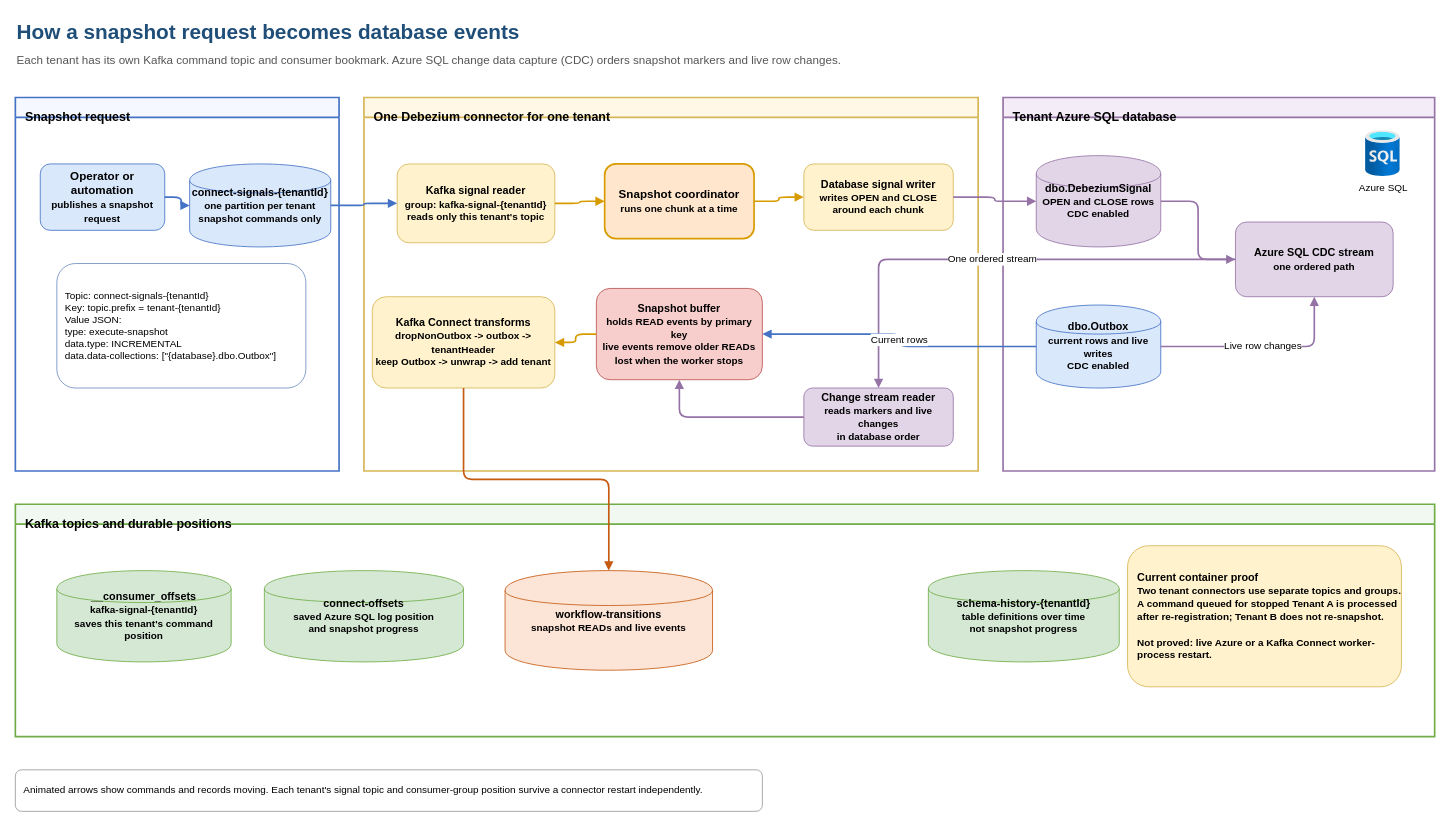
Earlier version of the draw.io diagram docs/diagrams/incremental-snapshot-channels.drawio (collaborationwithothers/cdc-platform-azure). Source tidied: cells renumbered, new cells numbered last; positions are measured from the earlier drawing's top-left corner, leaving out a move shared by most shapes. Both pictures are drawn from the tidied source at 83%, with x=0, y=0 at pixel (15, 14).
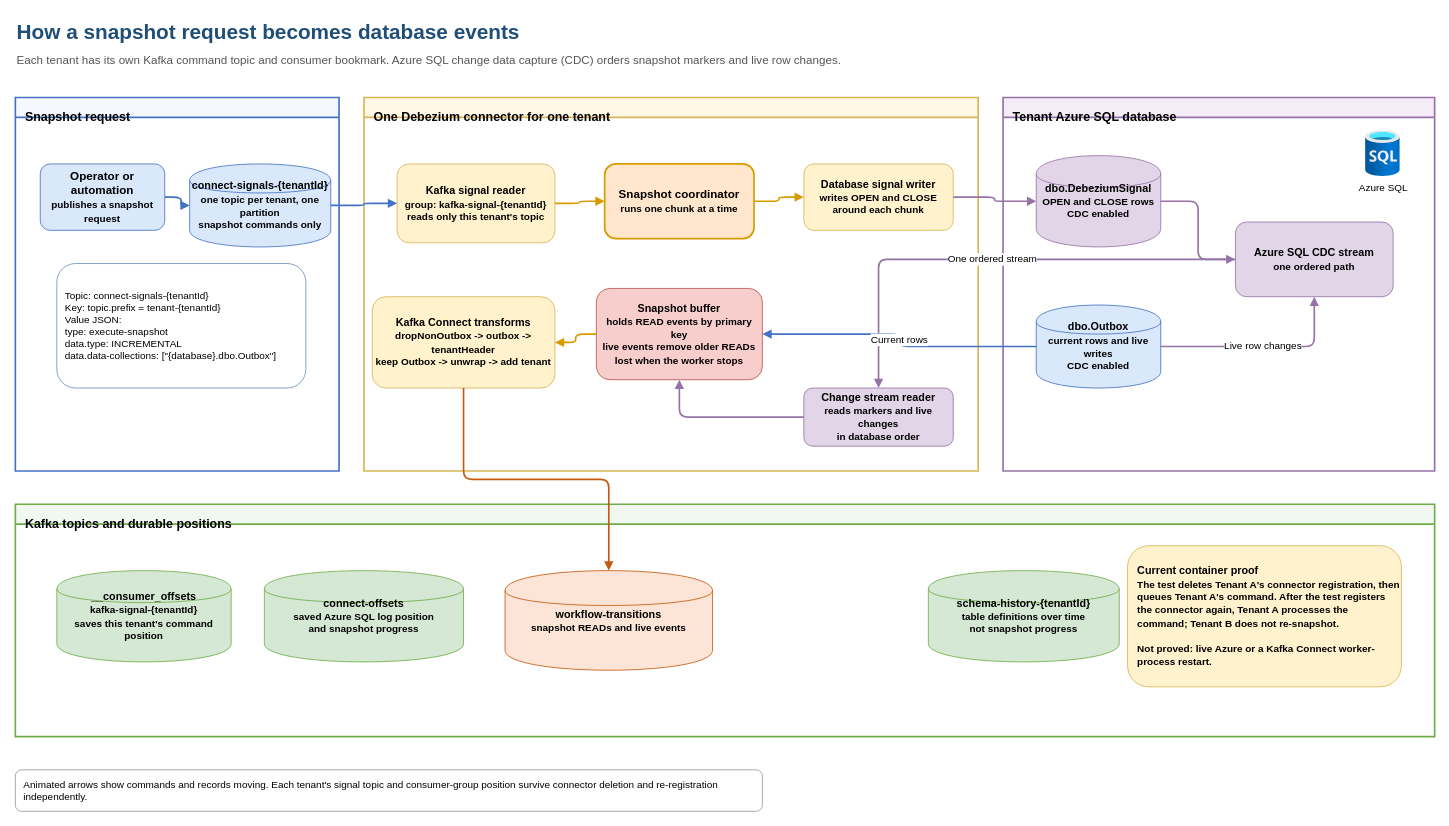
The same diagram, later.

Commit message (it also covers changes not shown here):
Correct signal topic and connector proof wording

The change refers to these unchanged cells:
```xml
<mxCell id="4" value="Snapshot request" style="swimlane;startSize=24;whiteSpace=wrap;html=1;fillColor=#f5f9ff;strokeColor=#4472c4;strokeWidth=2;verticalAlign=top;align=left;spacingLeft=10;spacingTop=8;fontSize=15;fontStyle=1;" parent="1" vertex="1">
  <mxGeometry y="100" width="390" height="450" as="geometry" />
</mxCell>
<mxCell id="19" value="Kafka topics and durable positions" style="swimlane;startSize=24;whiteSpace=wrap;html=1;fillColor=#f1f8f1;strokeColor=#70ad47;strokeWidth=2;verticalAlign=top;align=left;spacingLeft=10;spacingTop=8;fontSize=15;fontStyle=1;" parent="1" vertex="1">
  <mxGeometry y="590" width="1710" height="280" as="geometry" />
</mxCell>
```

Change to the diagram source:
```diff
@@
-    <mxCell id="8" value="connect-signals-{tenantId}&lt;br&gt;&lt;font style=&quot;font-size:12px&quot;&gt;one partition per tenant&lt;br&gt;snapshot commands only&lt;/font&gt;" style="shape=cylinder;whiteSpace=wrap;html=1;fillColor=#dae8fc;strokeColor=#4472c4;fontSize=13;fontStyle=1;" parent="4" vertex="1">
+    <mxCell id="8" value="connect-signals-{tenantId}&lt;br&gt;&lt;font style=&quot;font-size:12px&quot;&gt;one topic per tenant, one partition&lt;br&gt;snapshot commands only&lt;/font&gt;" style="shape=cylinder;whiteSpace=wrap;html=1;fillColor=#dae8fc;strokeColor=#4472c4;fontSize=13;fontStyle=1;" parent="4" vertex="1">
       <mxGeometry x="210" y="80" width="170" height="100" as="geometry" />
     </mxCell>
@@
-    <mxCell id="24" value="Current container proof&lt;br&gt;&lt;font style=&quot;font-size:12px&quot;&gt;Two tenant connectors use separate topics and groups. A command queued for stopped Tenant A is processed after re-registration; Tenant B does not re-snapshot.&lt;br&gt;&lt;br&gt;Not proved: live Azure or a Kafka Connect worker-process restart.&lt;/font&gt;" style="rounded=1;whiteSpace=wrap;html=1;fillColor=#fff2cc;strokeColor=#d6b656;fontSize=13;fontStyle=1;align=left;spacingLeft=10;" parent="19" vertex="1">
+    <mxCell id="24" value="Current container proof&lt;br&gt;&lt;font style=&quot;font-size:12px&quot;&gt;The test deletes Tenant A's connector registration, then queues Tenant A's command. After the test registers the connector again, Tenant A processes the command; Tenant B does not re-snapshot.&lt;br&gt;&lt;br&gt;Not proved: live Azure or a Kafka Connect worker-process restart.&lt;/font&gt;" style="rounded=1;whiteSpace=wrap;html=1;fillColor=#fff2cc;strokeColor=#d6b656;fontSize=13;fontStyle=1;align=left;spacingLeft=10;" parent="19" vertex="1">
       <mxGeometry x="1340" y="50" width="330" height="170" as="geometry" />
     </mxCell>
@@
-    <mxCell id="37" value="Animated arrows show commands and records moving. Each tenant's signal topic and consumer-group position survive a connector restart independently." style="rounded=1;whiteSpace=wrap;html=1;fillColor=#ffffff;strokeColor=#999999;fontSize=12;align=left;spacingLeft=8;" parent="1" vertex="1">
+    <mxCell id="37" value="Animated arrows show commands and records moving. Each tenant's signal topic and consumer-group position survive connector deletion and re-registration independently." style="rounded=1;whiteSpace=wrap;html=1;fillColor=#ffffff;strokeColor=#999999;fontSize=12;align=left;spacingLeft=8;" parent="1" vertex="1">
       <mxGeometry y="910" width="900" height="50" as="geometry" />
     </mxCell>
```
